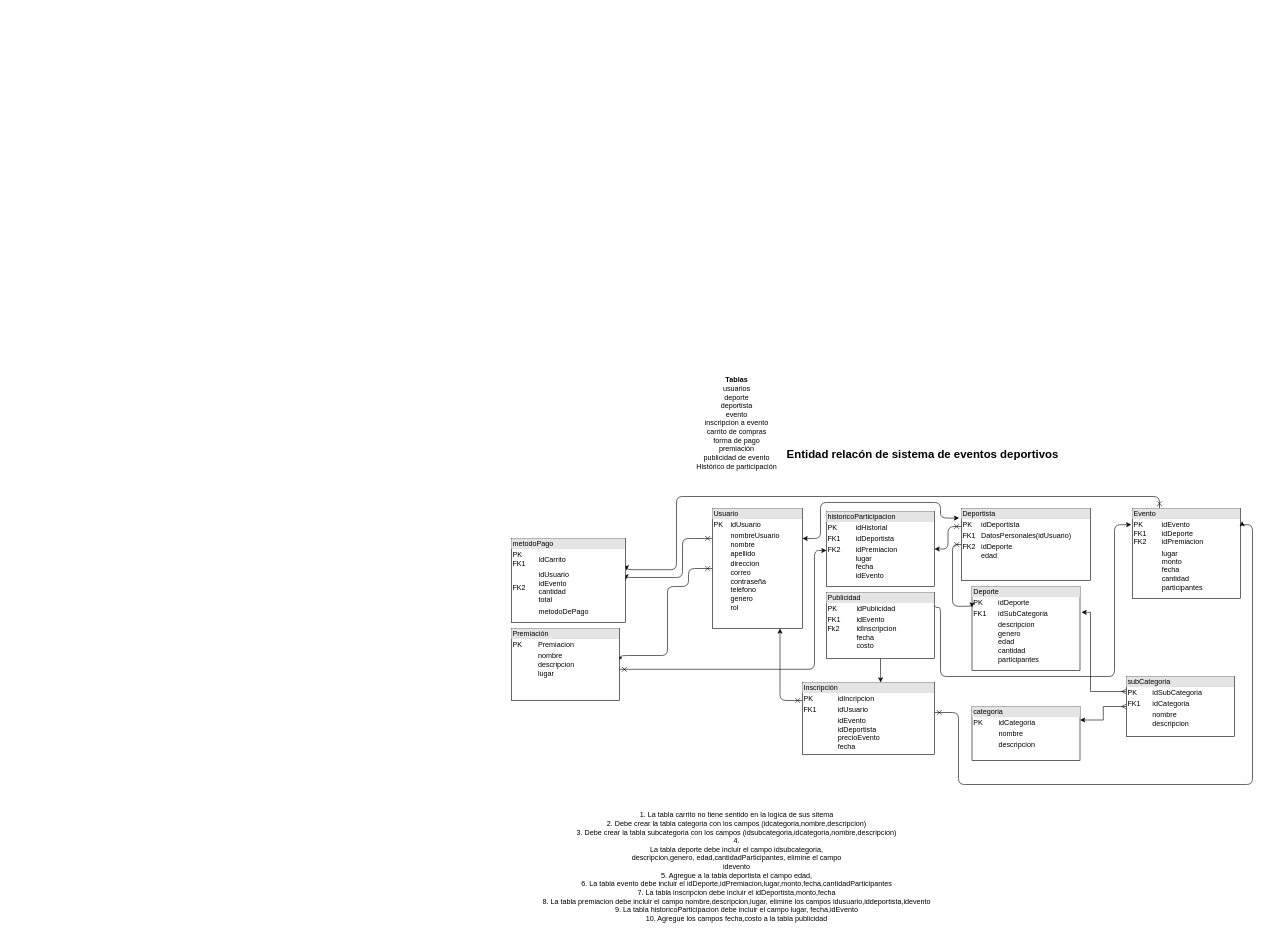
The draw.io diagram dataBase.drawio in cxrdonx/webApplication, before the edit. Source tidied: cells renumbered, new cells numbered last; positions are measured from the earlier drawing's top-left corner, leaving out a move shared by most shapes. Both pictures are drawn from the tidied source at 60%, with x=0, y=0 at pixel (511, 376).
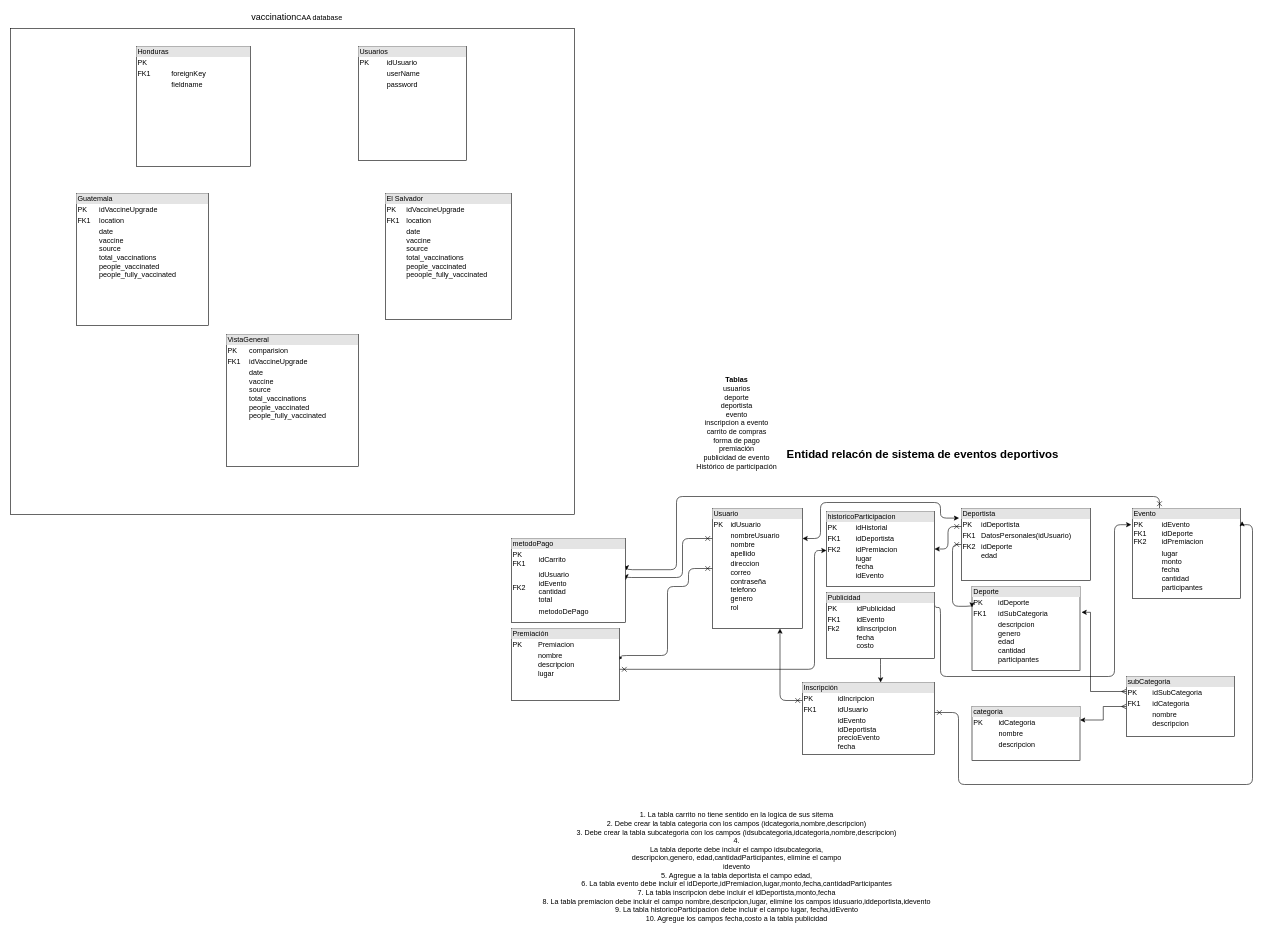
The same page after the edit.

The edit, as a diff of the source:
```diff
@@
+    <mxCell id="29" style="rounded=0;whiteSpace=wrap;html=1;" parent="1" vertex="1">
+      <mxGeometry x="-835" y="-580" width="940" height="810" as="geometry" />
+    </mxCell>
@@
+    <mxCell id="30" value="&lt;div style=&quot;box-sizing: border-box ; width: 100% ; background: #e4e4e4 ; padding: 2px&quot;&gt;Guatemala&lt;br&gt;&lt;/div&gt;&lt;table style=&quot;width: 100% ; font-size: 1em&quot; cellspacing=&quot;0&quot; cellpadding=&quot;2&quot;&gt;&lt;tbody&gt;&lt;tr&gt;&lt;td&gt;PK&lt;/td&gt;&lt;td&gt;idVaccineUpgrade&lt;br&gt;&lt;/td&gt;&lt;/tr&gt;&lt;tr&gt;&lt;td&gt;FK1&lt;/td&gt;&lt;td&gt;location&lt;br&gt;&lt;/td&gt;&lt;/tr&gt;&lt;tr&gt;&lt;td&gt;&lt;br&gt;&lt;/td&gt;&lt;td&gt;date&lt;br&gt;vaccine&lt;br&gt;source&lt;br&gt;total_vaccinations&lt;br&gt;people_vaccinated&lt;br&gt;people_fully_vaccinated&lt;br&gt;&lt;/td&gt;&lt;/tr&gt;&lt;/tbody&gt;&lt;/table&gt;" style="verticalAlign=top;align=left;overflow=fill;html=1;" parent="1" vertex="1">
+      <mxGeometry x="-725" y="-305" width="220" height="220" as="geometry" />
+    </mxCell>
+    <mxCell id="31" value="&lt;div style=&quot;box-sizing: border-box ; width: 100% ; background: #e4e4e4 ; padding: 2px&quot;&gt;El Salvador&lt;br&gt;&lt;/div&gt;&lt;table style=&quot;width: 100% ; font-size: 1em&quot; cellspacing=&quot;0&quot; cellpadding=&quot;2&quot;&gt;&lt;tbody&gt;&lt;tr&gt;&lt;td&gt;PK&lt;/td&gt;&lt;td&gt;idVaccineUpgrade&lt;br&gt;&lt;/td&gt;&lt;/tr&gt;&lt;tr&gt;&lt;td&gt;FK1&lt;/td&gt;&lt;td&gt;location&lt;br&gt;&lt;/td&gt;&lt;/tr&gt;&lt;tr&gt;&lt;td&gt;&lt;br&gt;&lt;/td&gt;&lt;td&gt;date&lt;br&gt;vaccine&lt;br&gt;source&lt;br&gt;total_vaccinations&lt;br&gt;people_vaccinated&lt;br&gt;peoople_fully_vaccinated&lt;br&gt;&lt;/td&gt;&lt;/tr&gt;&lt;/tbody&gt;&lt;/table&gt;" style="verticalAlign=top;align=left;overflow=fill;html=1;strokeWidth=1;" parent="1" vertex="1">
+      <mxGeometry x="-210" y="-305" width="210" height="210" as="geometry" />
+    </mxCell>
+    <mxCell id="32" value="&lt;div style=&quot;box-sizing: border-box ; width: 100% ; background: #e4e4e4 ; padding: 2px&quot;&gt;Usuarios&lt;br&gt;&lt;/div&gt;&lt;table style=&quot;width: 100% ; font-size: 1em&quot; cellspacing=&quot;0&quot; cellpadding=&quot;2&quot;&gt;&lt;tbody&gt;&lt;tr&gt;&lt;td&gt;PK&lt;/td&gt;&lt;td&gt;idUsuario&lt;br&gt;&lt;/td&gt;&lt;/tr&gt;&lt;tr&gt;&lt;td&gt;&lt;br&gt;&lt;/td&gt;&lt;td&gt;userName&lt;br&gt;&lt;/td&gt;&lt;/tr&gt;&lt;tr&gt;&lt;td&gt;&lt;br&gt;&lt;/td&gt;&lt;td&gt;password&lt;br&gt;&lt;/td&gt;&lt;/tr&gt;&lt;/tbody&gt;&lt;/table&gt;" style="verticalAlign=top;align=left;overflow=fill;html=1;" parent="1" vertex="1">
+      <mxGeometry x="-255" y="-550" width="180" height="190" as="geometry" />
+    </mxCell>
+    <mxCell id="33" value="&lt;font style=&quot;font-size: 15px&quot;&gt;vaccination&lt;/font&gt;CAA database" style="text;html=1;strokeColor=none;fillColor=none;align=center;verticalAlign=middle;whiteSpace=wrap;rounded=0;" parent="1" vertex="1">
+      <mxGeometry x="-475" y="-610" width="235" height="20" as="geometry" />
+    </mxCell>
+    <mxCell id="34" value="&lt;div style=&quot;box-sizing: border-box ; width: 100% ; background: #e4e4e4 ; padding: 2px&quot;&gt;Honduras&lt;br&gt;&lt;/div&gt;&lt;table style=&quot;width: 100% ; font-size: 1em&quot; cellspacing=&quot;0&quot; cellpadding=&quot;2&quot;&gt;&lt;tbody&gt;&lt;tr&gt;&lt;td&gt;PK&lt;/td&gt;&lt;td&gt;&lt;br&gt;&lt;/td&gt;&lt;/tr&gt;&lt;tr&gt;&lt;td&gt;FK1&lt;/td&gt;&lt;td&gt;foreignKey&lt;/td&gt;&lt;/tr&gt;&lt;tr&gt;&lt;td&gt;&lt;br&gt;&lt;/td&gt;&lt;td&gt;fieldname&lt;/td&gt;&lt;/tr&gt;&lt;/tbody&gt;&lt;/table&gt;" style="verticalAlign=top;align=left;overflow=fill;html=1;" parent="1" vertex="1">
+      <mxGeometry x="-625" y="-550" width="190" height="200" as="geometry" />
+    </mxCell>
+    <mxCell id="35" value="&lt;div style=&quot;box-sizing: border-box ; width: 100% ; background: #e4e4e4 ; padding: 2px&quot;&gt;VistaGeneral&lt;br&gt;&lt;/div&gt;&lt;table style=&quot;width: 100% ; font-size: 1em&quot; cellspacing=&quot;0&quot; cellpadding=&quot;2&quot;&gt;&lt;tbody&gt;&lt;tr&gt;&lt;td&gt;PK&lt;/td&gt;&lt;td&gt;comparision&lt;br&gt;&lt;/td&gt;&lt;/tr&gt;&lt;tr&gt;&lt;td&gt;FK1&lt;/td&gt;&lt;td&gt;idVaccineUpgrade&lt;br&gt;&lt;/td&gt;&lt;/tr&gt;&lt;tr&gt;&lt;td&gt;&lt;br&gt;&lt;/td&gt;&lt;td&gt;date&lt;br&gt;vaccine&lt;br&gt;source&lt;br&gt;total_vaccinations&lt;br&gt;people_vaccinated&lt;br&gt;people_fully_vaccinated&lt;br&gt;&lt;/td&gt;&lt;/tr&gt;&lt;/tbody&gt;&lt;/table&gt;" style="verticalAlign=top;align=left;overflow=fill;html=1;" parent="1" vertex="1">
+      <mxGeometry x="-475" y="-70" width="220" height="220" as="geometry" />
+    </mxCell>
```
